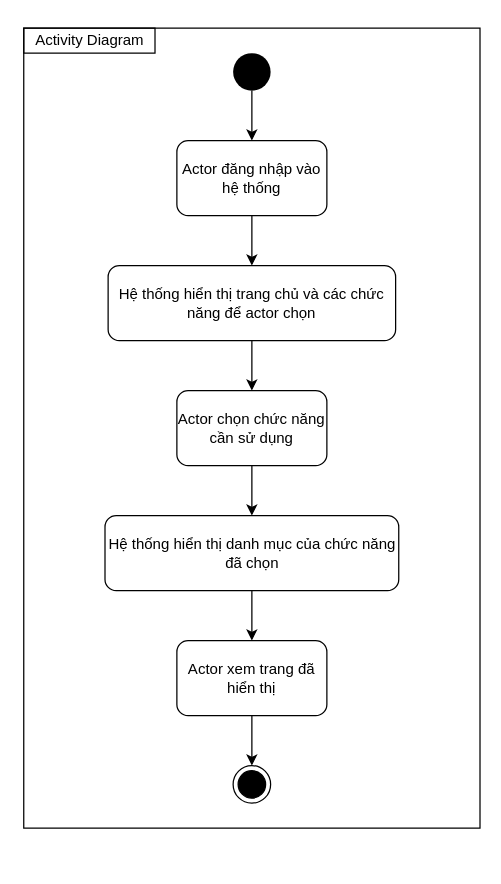
CNPM-Team-1/CNPM keeps this draw.io diagram as Thiết kế/Activity/Quản lý danh mục.drawio. Above is the earlier version. Source tidied: cells renumbered, new cells numbered last; positions are measured from the earlier drawing's top-left corner, leaving out a move shared by most shapes. Both pictures are drawn from the tidied source at 125%, with x=0, y=0 at pixel (22, 28).
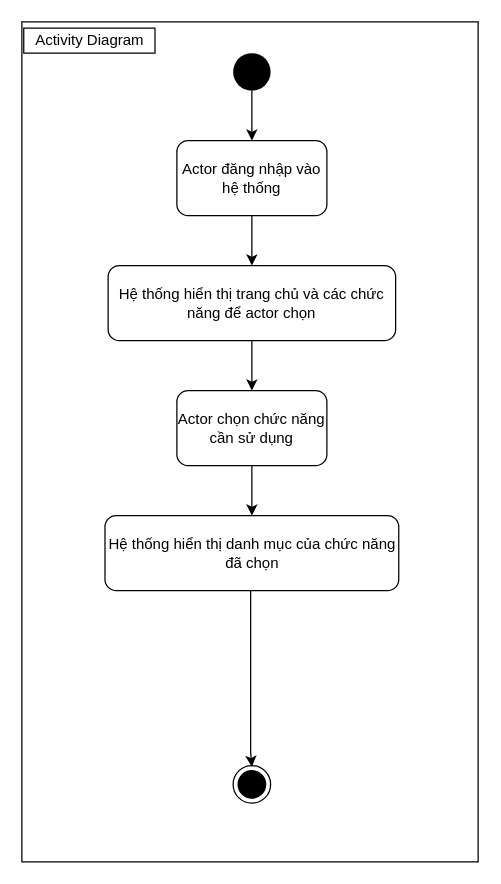
After the change.

Diff of the diagram source:
```diff
@@
 <mxGraphModel>
   <root>
     <mxCell id="0" />
     <mxCell id="1" parent="0" />
     <mxCell id="2" style="rounded=0;whiteSpace=wrap;html=1;fillColor=none;" parent="1" vertex="1">
-      <mxGeometry x="0.5" width="365" height="640" as="geometry" />
+      <mxGeometry x="-1" y="-5" width="365" height="672" as="geometry" />
     </mxCell>
     <mxCell id="3" style="edgeStyle=orthogonalEdgeStyle;rounded=0;jettySize=auto;html=1;" parent="1" edge="1" source="4" target="9">
       <mxGeometry relative="1" as="geometry" />
     </mxCell>
     <mxCell id="4" value="Actor đăng nhập vào hệ thống" style="rounded=1;whiteSpace=wrap;html=1;" parent="1" vertex="1">
       <mxGeometry x="123" y="90" width="120" height="60" as="geometry" />
     </mxCell>
     <mxCell id="5" style="ellipse;html=1;shape=endState;fillColor=#000000;strokeColor=#000000;" parent="1" vertex="1">
       <mxGeometry x="168" y="590" width="30" height="30" as="geometry" />
     </mxCell>
     <mxCell id="6" style="edgeStyle=orthogonalEdgeStyle;rounded=0;jettySize=auto;html=1;" parent="1" edge="1" source="7" target="4">
       <mxGeometry relative="1" as="geometry" />
     </mxCell>
     <mxCell id="7" style="ellipse;fillColor=#000000;strokeColor=none;" parent="1" vertex="1">
       <mxGeometry x="168" y="20" width="30" height="30" as="geometry" />
     </mxCell>
     <mxCell id="8" style="edgeStyle=orthogonalEdgeStyle;rounded=0;jettySize=auto;html=1;" parent="1" edge="1" source="9" target="11">
       <mxGeometry relative="1" as="geometry" />
     </mxCell>
     <mxCell id="9" value="Hệ thống hiển thị trang chủ và các chức năng để actor chọn" style="rounded=1;whiteSpace=wrap;html=1;" parent="1" vertex="1">
       <mxGeometry x="68" y="190" width="230" height="60" as="geometry" />
     </mxCell>
     <mxCell id="10" style="edgeStyle=orthogonalEdgeStyle;rounded=0;jettySize=auto;html=1;" parent="1" edge="1" source="11" target="13">
       <mxGeometry relative="1" as="geometry" />
     </mxCell>
     <mxCell id="11" value="Actor chọn chức năng cần sử dụng" style="rounded=1;whiteSpace=wrap;html=1;" parent="1" vertex="1">
       <mxGeometry x="123" y="290" width="120" height="60" as="geometry" />
     </mxCell>
-    <mxCell id="12" style="edgeStyle=orthogonalEdgeStyle;rounded=0;jettySize=auto;html=1;" parent="1" edge="1" source="13" target="15">
-      <mxGeometry relative="1" as="geometry" />
-    </mxCell>
+    <mxCell id="17" style="edgeStyle=orthogonalEdgeStyle;rounded=0;jettySize=auto;html=1;" parent="1" edge="1" source="13">
+      <mxGeometry relative="1" as="geometry">
+        <mxPoint x="183" y="591" as="targetPoint" />
+        <Array as="points">
+          <mxPoint x="182" y="579" />
+          <mxPoint x="182" y="579" />
+        </Array>
+      </mxGeometry>
+    </mxCell>
     <mxCell id="13" value="Hệ thống hiển thị danh mục của chức năng đã chọn" style="rounded=1;whiteSpace=wrap;html=1;" parent="1" vertex="1">
       <mxGeometry x="65.5" y="390" width="235" height="60" as="geometry" />
     </mxCell>
-    <mxCell id="14" style="edgeStyle=orthogonalEdgeStyle;rounded=0;jettySize=auto;html=1;" parent="1" edge="1" source="15" target="5">
-      <mxGeometry relative="1" as="geometry" />
-    </mxCell>
-    <mxCell id="15" value="Actor xem trang đã hiển thị" style="rounded=1;whiteSpace=wrap;html=1;" parent="1" vertex="1">
-      <mxGeometry x="123" y="490" width="120" height="60" as="geometry" />
-    </mxCell>
     <mxCell id="16" value="Activity Diagram" style="rounded=0;whiteSpace=wrap;html=1;fillColor=none;" parent="1" vertex="1">
       <mxGeometry x="0.5" width="105" height="20" as="geometry" />
     </mxCell>
   </root>
 </mxGraphModel>
```
